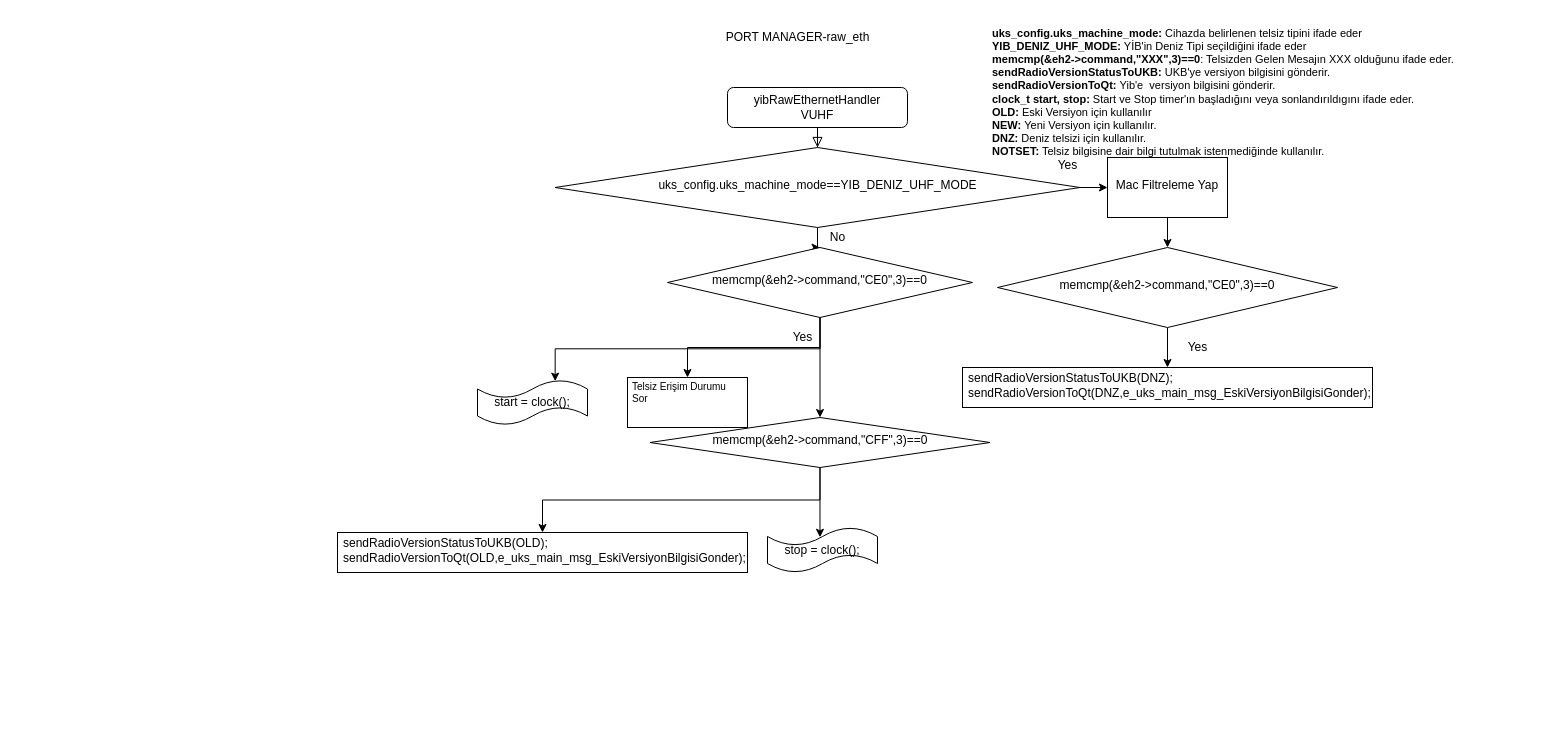
Earlier version of the draw.io diagram Untitled Diagram.drawio (eembetul/understanding-stm32f107). Source tidied: cells renumbered, new cells numbered last; positions are measured from the earlier drawing's top-left corner, leaving out a move shared by most shapes. Both pictures are drawn from the tidied source at 100%, with x=0, y=0 at pixel (337, 17).
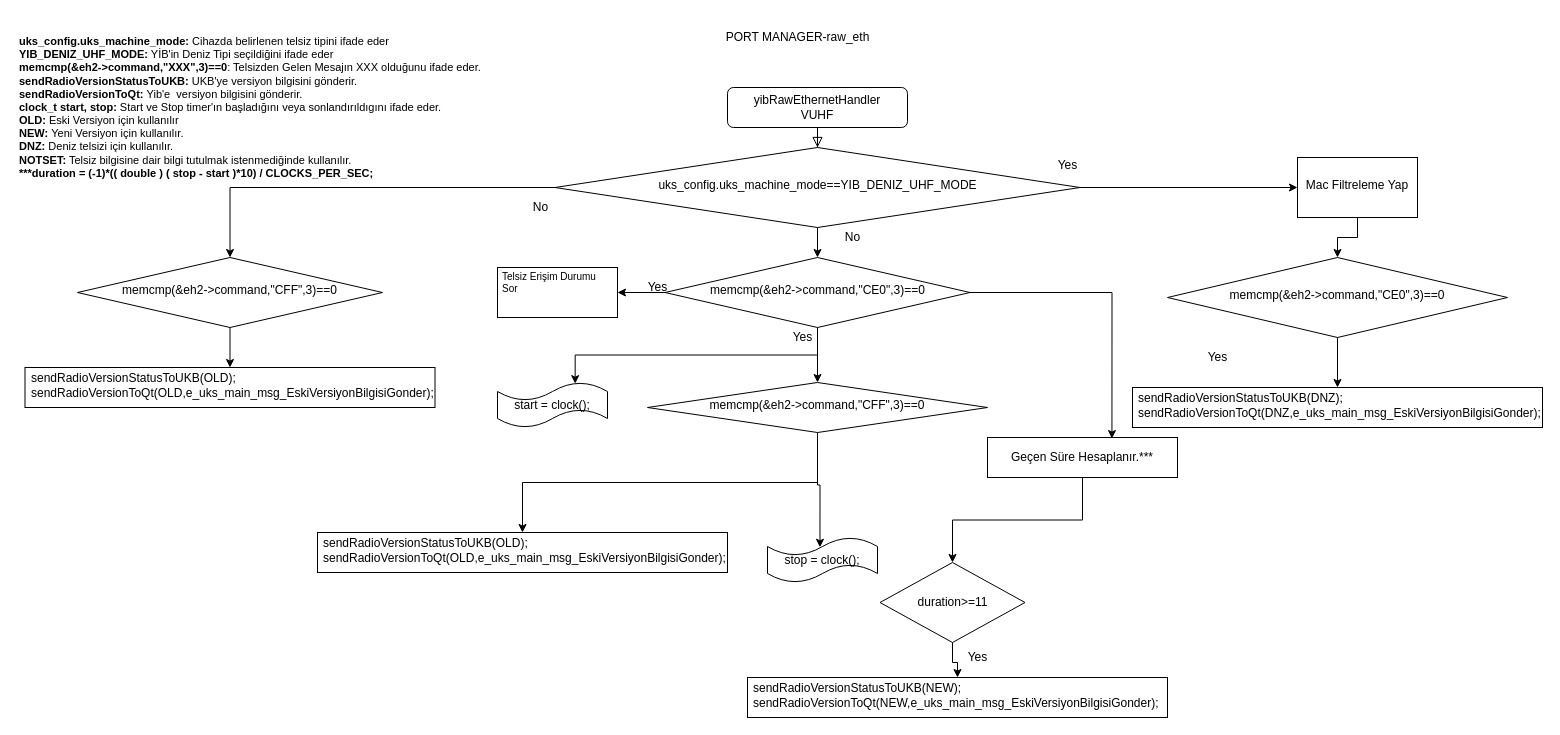
After the change.

The change refers to these unchanged cells:
```xml
<mxCell id="6" value="&lt;div align=&quot;justify&quot;&gt;uks_config.uks_machine_mode==YIB_DENIZ_UHF_MODE &lt;font style=&quot;font-size: 7px&quot;&gt;&lt;br&gt;&lt;/font&gt;&lt;/div&gt;" style="rhombus;whiteSpace=wrap;html=1;shadow=0;fontFamily=Helvetica;fontSize=12;align=center;strokeWidth=1;spacing=6;spacingTop=-4;" parent="1" vertex="1">
  <mxGeometry x="217.5" y="130" width="525" height="80" as="geometry" />
</mxCell>
```

What changed in the source:
```diff
@@
+    <mxCell id="30" style="edgeStyle=orthogonalEdgeStyle;rounded=0;jettySize=auto;html=1;entryX=0.5;entryY=0;entryDx=0;entryDy=0;" parent="1" edge="1" source="6" target="41">
+      <mxGeometry relative="1" as="geometry" />
+    </mxCell>
@@
-    <mxCell id="8" value="&lt;div style=&quot;font-size: 11px&quot; align=&quot;left&quot;&gt;&lt;font style=&quot;font-size: 11px&quot;&gt;&lt;b&gt;uks_config.uks_machine_mode: &lt;/b&gt;Cihazda belirlenen telsiz tipini ifade eder&lt;/font&gt;&lt;/div&gt;&lt;div style=&quot;font-size: 11px&quot; align=&quot;left&quot;&gt;&lt;font style=&quot;font-size: 11px&quot;&gt;&lt;b&gt;YIB_DENIZ_UHF_MODE:&lt;/b&gt; YİB'in Deniz Tipi seçildiğini ifade eder&lt;br&gt;&lt;b&gt;memcmp(&amp;amp;eh2-&amp;gt;command,&quot;XXX&quot;,3)==0&lt;/b&gt;: Telsizden Gelen Mesajın XXX olduğunu ifade eder.&lt;br&gt;&lt;/font&gt;&lt;font style=&quot;font-size: 11px&quot;&gt;&lt;b&gt;sendRadioVersionStatusToUKB:&lt;/b&gt; UKB'ye versiyon bilgisini gönderir. &lt;br&gt;&lt;/font&gt;&lt;b&gt;&lt;font style=&quot;font-size: 11px&quot;&gt;sendRadioVersionToQt: &lt;/font&gt;&lt;/b&gt;&lt;font style=&quot;font-size: 11px&quot;&gt;Yib'e&amp;nbsp; versiyon bilgisini gönderir. &lt;/font&gt;&lt;b&gt;&lt;font style=&quot;font-size: 11px&quot;&gt;&lt;br&gt;clock_t start, stop: &lt;/font&gt;&lt;/b&gt;&lt;font style=&quot;font-size: 11px&quot;&gt;Start ve Stop timer'ın başladığını veya sonlandırıldıgını ifade eder.&lt;/font&gt;&lt;b&gt;&lt;font style=&quot;font-size: 11px&quot;&gt;&lt;br&gt;OLD: &lt;/font&gt;&lt;/b&gt;&lt;font style=&quot;font-size: 11px&quot;&gt;Eski Versiyon için kullanılır&lt;/font&gt;&lt;b&gt;&lt;font style=&quot;font-size: 11px&quot;&gt;&lt;br&gt;NEW: &lt;/font&gt;&lt;/b&gt;&lt;font style=&quot;font-size: 11px&quot;&gt;Yeni Versiyon için kullanılır.&lt;/font&gt;&lt;b&gt;&lt;font style=&quot;font-size: 11px&quot;&gt;&lt;br&gt;DNZ:&lt;/font&gt;&lt;/b&gt;&lt;font style=&quot;font-size: 11px&quot;&gt; Deniz telsizi için kullanılır.&lt;/font&gt;&lt;b&gt;&lt;font style=&quot;font-size: 11px&quot;&gt;&lt;br&gt;NOTSET:&lt;/font&gt;&lt;/b&gt;&lt;font style=&quot;font-size: 11px&quot;&gt; Telsiz bilgisine dair bilgi tutulmak istenmediğinde kullanılır. &lt;/font&gt;&lt;b&gt;&lt;font style=&quot;font-size: 11px&quot;&gt;&lt;br&gt;&lt;/font&gt;&lt;/b&gt;&lt;/div&gt;" style="text;html=1;align=left;verticalAlign=middle;" parent="1" vertex="1">
-      <mxGeometry x="652.5" width="480" height="150" as="geometry" />
-    </mxCell>
@@
     <mxCell id="10" value="Mac Filtreleme Yap" style="whiteSpace=wrap;html=1;shadow=0;strokeWidth=1;spacing=6;spacingTop=-4;" parent="1" vertex="1">
-      <mxGeometry x="770" y="140" width="120" height="60" as="geometry" />
+      <mxGeometry x="960" y="140" width="120" height="60" as="geometry" />
     </mxCell>
@@
     <mxCell id="13" value="memcmp(&amp;amp;eh2-&amp;gt;command,&quot;CE0&quot;,3)==0" style="rhombus;whiteSpace=wrap;html=1;shadow=0;strokeWidth=1;spacing=6;spacingTop=-4;" parent="1" vertex="1">
-      <mxGeometry x="660" y="230" width="340" height="80" as="geometry" />
+      <mxGeometry x="830" y="240" width="340" height="80" as="geometry" />
     </mxCell>
     <mxCell id="14" value="&lt;div align=&quot;left&quot;&gt;sendRadioVersionStatusToUKB(DNZ);&amp;nbsp;&amp;nbsp; &amp;nbsp;&amp;nbsp;&amp;nbsp;&amp;nbsp; &amp;nbsp;&amp;nbsp;&amp;nbsp; &amp;nbsp;&amp;nbsp;&amp;nbsp; &amp;nbsp;&amp;nbsp;&amp;nbsp; sendRadioVersionToQt(DNZ,e_uks_main_msg_EskiVersiyonBilgisiGonder);&lt;/div&gt;" style="whiteSpace=wrap;html=1;shadow=0;strokeWidth=1;spacing=6;spacingTop=-4;align=left;" parent="1" vertex="1">
-      <mxGeometry x="625" y="350" width="410" height="40" as="geometry" />
+      <mxGeometry x="795" y="370" width="410" height="40" as="geometry" />
     </mxCell>
     <mxCell id="15" value="Yes" style="text;html=1;align=center;verticalAlign=middle;" parent="1" vertex="1">
-      <mxGeometry x="840" y="320" width="40" height="20" as="geometry" />
+      <mxGeometry x="860" y="330" width="40" height="20" as="geometry" />
     </mxCell>
@@
+    <mxCell id="31" style="edgeStyle=orthogonalEdgeStyle;rounded=0;jettySize=auto;html=1;entryX=0.655;entryY=0.026;entryDx=0;entryDy=0;entryPerimeter=0;" parent="1" edge="1" source="19" target="35">
+      <mxGeometry relative="1" as="geometry" />
+    </mxCell>
     <mxCell id="19" value="memcmp(&amp;amp;eh2-&amp;gt;command,&quot;CE0&quot;,3)==0" style="rhombus;whiteSpace=wrap;html=1;shadow=0;strokeWidth=1;spacing=6;spacingTop=-4;" parent="1" vertex="1">
-      <mxGeometry x="330" y="230" width="305" height="70" as="geometry" />
+      <mxGeometry x="327.5" y="240" width="305" height="70" as="geometry" />
     </mxCell>
     <mxCell id="20" value="No" style="text;html=1;align=center;verticalAlign=middle;" parent="1" vertex="1">
-      <mxGeometry x="485" y="210" width="30" height="20" as="geometry" />
+      <mxGeometry x="500" y="210" width="30" height="20" as="geometry" />
     </mxCell>
     <mxCell id="21" value="&lt;div style=&quot;font-size: 10px&quot; align=&quot;left&quot;&gt;Telsiz Erişim Durumu Sor&lt;/div&gt;&lt;div&gt;&lt;br&gt;&lt;/div&gt;" style="whiteSpace=wrap;html=1;shadow=0;strokeWidth=1;spacing=6;spacingTop=-4;" parent="1" vertex="1">
-      <mxGeometry x="290" y="360" width="120" height="50" as="geometry" />
+      <mxGeometry x="160" y="250" width="120" height="50" as="geometry" />
     </mxCell>
@@
     <mxCell id="24" value="start = clock();" style="shape=tape;whiteSpace=wrap;html=1;" parent="1" vertex="1">
-      <mxGeometry x="140" y="362.5" width="110" height="45" as="geometry" />
+      <mxGeometry x="160" y="365" width="110" height="45" as="geometry" />
     </mxCell>
@@
     <mxCell id="27" value="memcmp(&amp;amp;eh2-&amp;gt;command,&quot;CFF&quot;,3)==0" style="rhombus;whiteSpace=wrap;html=1;shadow=0;strokeWidth=1;spacing=6;spacingTop=-4;" parent="1" vertex="1">
-      <mxGeometry x="312.5" y="400" width="340" height="50" as="geometry" />
+      <mxGeometry x="310" y="365" width="340" height="50" as="geometry" />
     </mxCell>
     <mxCell id="28" value="stop = clock();" style="shape=tape;whiteSpace=wrap;html=1;" parent="1" vertex="1">
-      <mxGeometry x="430" y="510" width="110" height="45" as="geometry" />
+      <mxGeometry x="430" y="520" width="110" height="45" as="geometry" />
     </mxCell>
     <mxCell id="29" value="&lt;div align=&quot;left&quot;&gt;sendRadioVersionStatusToUKB(OLD);&amp;nbsp;&amp;nbsp; &amp;nbsp;&amp;nbsp;&amp;nbsp;&amp;nbsp; &amp;nbsp;&amp;nbsp;&amp;nbsp; &amp;nbsp;&amp;nbsp;&amp;nbsp; &amp;nbsp;&amp;nbsp;&amp;nbsp; sendRadioVersionToQt(OLD,e_uks_main_msg_EskiVersiyonBilgisiGonder);&lt;/div&gt;" style="whiteSpace=wrap;html=1;shadow=0;strokeWidth=1;spacing=6;spacingTop=-4;align=left;" parent="1" vertex="1">
-      <mxGeometry y="515" width="410" height="40" as="geometry" />
+      <mxGeometry x="-20" y="515" width="410" height="40" as="geometry" />
     </mxCell>
+    <mxCell id="32" value="&lt;div style=&quot;font-size: 11px&quot; align=&quot;left&quot;&gt;&lt;font style=&quot;font-size: 11px&quot;&gt;&lt;b&gt;uks_config.uks_machine_mode: &lt;/b&gt;Cihazda belirlenen telsiz tipini ifade eder&lt;/font&gt;&lt;/div&gt;&lt;div style=&quot;font-size: 11px&quot; align=&quot;left&quot;&gt;&lt;font style=&quot;font-size: 11px&quot;&gt;&lt;b&gt;YIB_DENIZ_UHF_MODE:&lt;/b&gt; YİB'in Deniz Tipi seçildiğini ifade eder&lt;br&gt;&lt;b&gt;memcmp(&amp;amp;eh2-&amp;gt;command,&quot;XXX&quot;,3)==0&lt;/b&gt;: Telsizden Gelen Mesajın XXX olduğunu ifade eder.&lt;br&gt;&lt;/font&gt;&lt;font style=&quot;font-size: 11px&quot;&gt;&lt;b&gt;sendRadioVersionStatusToUKB:&lt;/b&gt; UKB'ye versiyon bilgisini gönderir. &lt;br&gt;&lt;/font&gt;&lt;b&gt;&lt;font style=&quot;font-size: 11px&quot;&gt;sendRadioVersionToQt: &lt;/font&gt;&lt;/b&gt;&lt;font style=&quot;font-size: 11px&quot;&gt;Yib'e&amp;nbsp; versiyon bilgisini gönderir. &lt;/font&gt;&lt;b&gt;&lt;font style=&quot;font-size: 11px&quot;&gt;&lt;br&gt;clock_t start, stop: &lt;/font&gt;&lt;/b&gt;&lt;font style=&quot;font-size: 11px&quot;&gt;Start ve Stop timer'ın başladığını veya sonlandırıldıgını ifade eder.&lt;/font&gt;&lt;b&gt;&lt;font style=&quot;font-size: 11px&quot;&gt;&lt;br&gt;OLD: &lt;/font&gt;&lt;/b&gt;&lt;font style=&quot;font-size: 11px&quot;&gt;Eski Versiyon için kullanılır&lt;/font&gt;&lt;b&gt;&lt;font style=&quot;font-size: 11px&quot;&gt;&lt;br&gt;NEW: &lt;/font&gt;&lt;/b&gt;&lt;font style=&quot;font-size: 11px&quot;&gt;Yeni Versiyon için kullanılır.&lt;/font&gt;&lt;b&gt;&lt;font style=&quot;font-size: 11px&quot;&gt;&lt;br&gt;DNZ:&lt;/font&gt;&lt;/b&gt;&lt;font style=&quot;font-size: 11px&quot;&gt; Deniz telsizi için kullanılır.&lt;/font&gt;&lt;b&gt;&lt;font style=&quot;font-size: 11px&quot;&gt;&lt;br&gt;NOTSET:&lt;/font&gt;&lt;/b&gt;&lt;font style=&quot;font-size: 11px&quot;&gt; Telsiz bilgisine dair bilgi tutulmak istenmediğinde kullanılır. &lt;/font&gt;&lt;b&gt;&lt;font style=&quot;font-size: 11px&quot;&gt;&lt;br&gt;***duration = (-1)*(( double ) ( stop - start )*10) / CLOCKS_PER_SEC;&lt;br&gt;&lt;/font&gt;&lt;/b&gt;&lt;/div&gt;" style="text;html=1;align=left;verticalAlign=middle;" parent="1" vertex="1">
+      <mxGeometry x="-320" y="10" width="480" height="160" as="geometry" />
+    </mxCell>
+    <mxCell id="33" value="Yes" style="text;html=1;align=center;verticalAlign=middle;" parent="1" vertex="1">
+      <mxGeometry x="300" y="260" width="40" height="20" as="geometry" />
+    </mxCell>
+    <mxCell id="34" style="edgeStyle=orthogonalEdgeStyle;rounded=0;jettySize=auto;html=1;" parent="1" edge="1" source="35" target="37">
+      <mxGeometry relative="1" as="geometry" />
+    </mxCell>
+    <mxCell id="35" value="Geçen Süre Hesaplanır.***" style="whiteSpace=wrap;html=1;" parent="1" vertex="1">
+      <mxGeometry x="650" y="420" width="190" height="40" as="geometry" />
+    </mxCell>
+    <mxCell id="36" style="edgeStyle=orthogonalEdgeStyle;rounded=0;jettySize=auto;html=1;" parent="1" edge="1" source="37" target="39">
+      <mxGeometry relative="1" as="geometry" />
+    </mxCell>
+    <mxCell id="37" value="duration&gt;=11" style="rhombus;whiteSpace=wrap;html=1;" parent="1" vertex="1">
+      <mxGeometry x="542.5" y="545" width="145" height="80" as="geometry" />
+    </mxCell>
+    <mxCell id="38" value="Yes" style="text;html=1;align=center;verticalAlign=middle;" parent="1" vertex="1">
+      <mxGeometry x="620" y="630" width="40" height="20" as="geometry" />
+    </mxCell>
+    <mxCell id="39" value="&lt;div align=&quot;left&quot;&gt;sendRadioVersionStatusToUKB(NEW);&amp;nbsp;&amp;nbsp; &amp;nbsp;&amp;nbsp;&amp;nbsp;&amp;nbsp; &amp;nbsp;&amp;nbsp;&amp;nbsp; &amp;nbsp;&amp;nbsp;&amp;nbsp; &amp;nbsp;&amp;nbsp;&amp;nbsp; sendRadioVersionToQt(NEW,e_uks_main_msg_EskiVersiyonBilgisiGonder);&lt;/div&gt;" style="whiteSpace=wrap;html=1;shadow=0;strokeWidth=1;spacing=6;spacingTop=-4;align=left;" parent="1" vertex="1">
+      <mxGeometry x="410" y="660" width="420" height="40" as="geometry" />
+    </mxCell>
+    <mxCell id="40" style="edgeStyle=orthogonalEdgeStyle;rounded=0;jettySize=auto;html=1;" parent="1" edge="1" source="41" target="43">
+      <mxGeometry relative="1" as="geometry" />
+    </mxCell>
+    <mxCell id="41" value="memcmp(&amp;amp;eh2-&amp;gt;command,&quot;CFF&quot;,3)==0" style="rhombus;whiteSpace=wrap;html=1;shadow=0;strokeWidth=1;spacing=6;spacingTop=-4;" parent="1" vertex="1">
+      <mxGeometry x="-260" y="240" width="305" height="70" as="geometry" />
+    </mxCell>
+    <mxCell id="42" value="No" style="text;html=1;align=center;verticalAlign=middle;" parent="1" vertex="1">
+      <mxGeometry x="187.5" y="180" width="30" height="20" as="geometry" />
+    </mxCell>
+    <mxCell id="43" value="&lt;div align=&quot;left&quot;&gt;sendRadioVersionStatusToUKB(OLD);&amp;nbsp;&amp;nbsp; &amp;nbsp;&amp;nbsp;&amp;nbsp;&amp;nbsp; &amp;nbsp;&amp;nbsp;&amp;nbsp; &amp;nbsp;&amp;nbsp;&amp;nbsp; &amp;nbsp;&amp;nbsp;&amp;nbsp; sendRadioVersionToQt(OLD,e_uks_main_msg_EskiVersiyonBilgisiGonder);&lt;/div&gt;" style="whiteSpace=wrap;html=1;shadow=0;strokeWidth=1;spacing=6;spacingTop=-4;align=left;" parent="1" vertex="1">
+      <mxGeometry x="-312.5" y="350" width="410" height="40" as="geometry" />
+    </mxCell>
```
